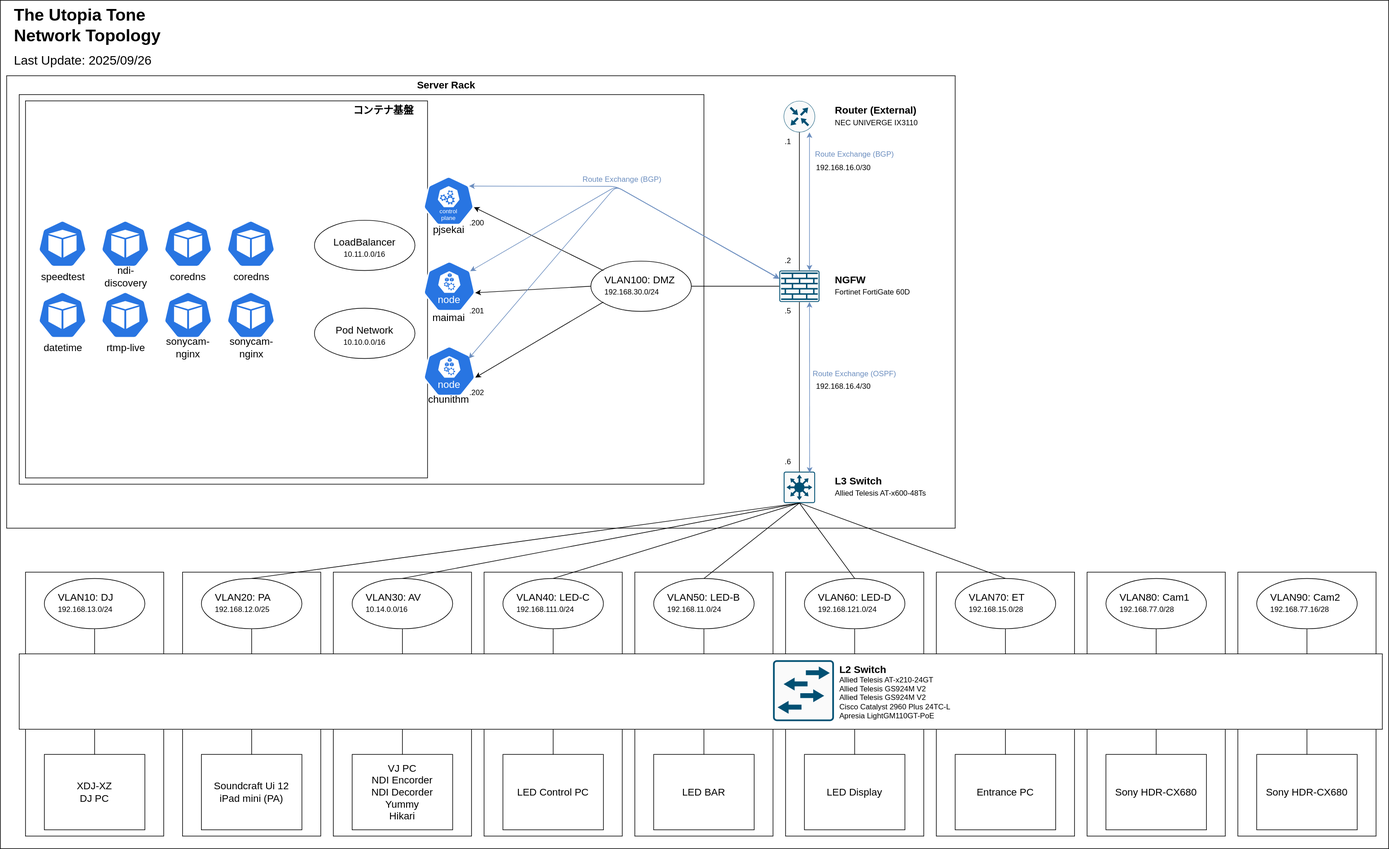
TechnoTUT/Infra keeps this draw.io diagram as network/topology.drawio.svg. Above is the earlier version. Source tidied: cells renumbered, new cells last; positions are measured from the earlier drawing's top-left corner, leaving out a move shared by most shapes.
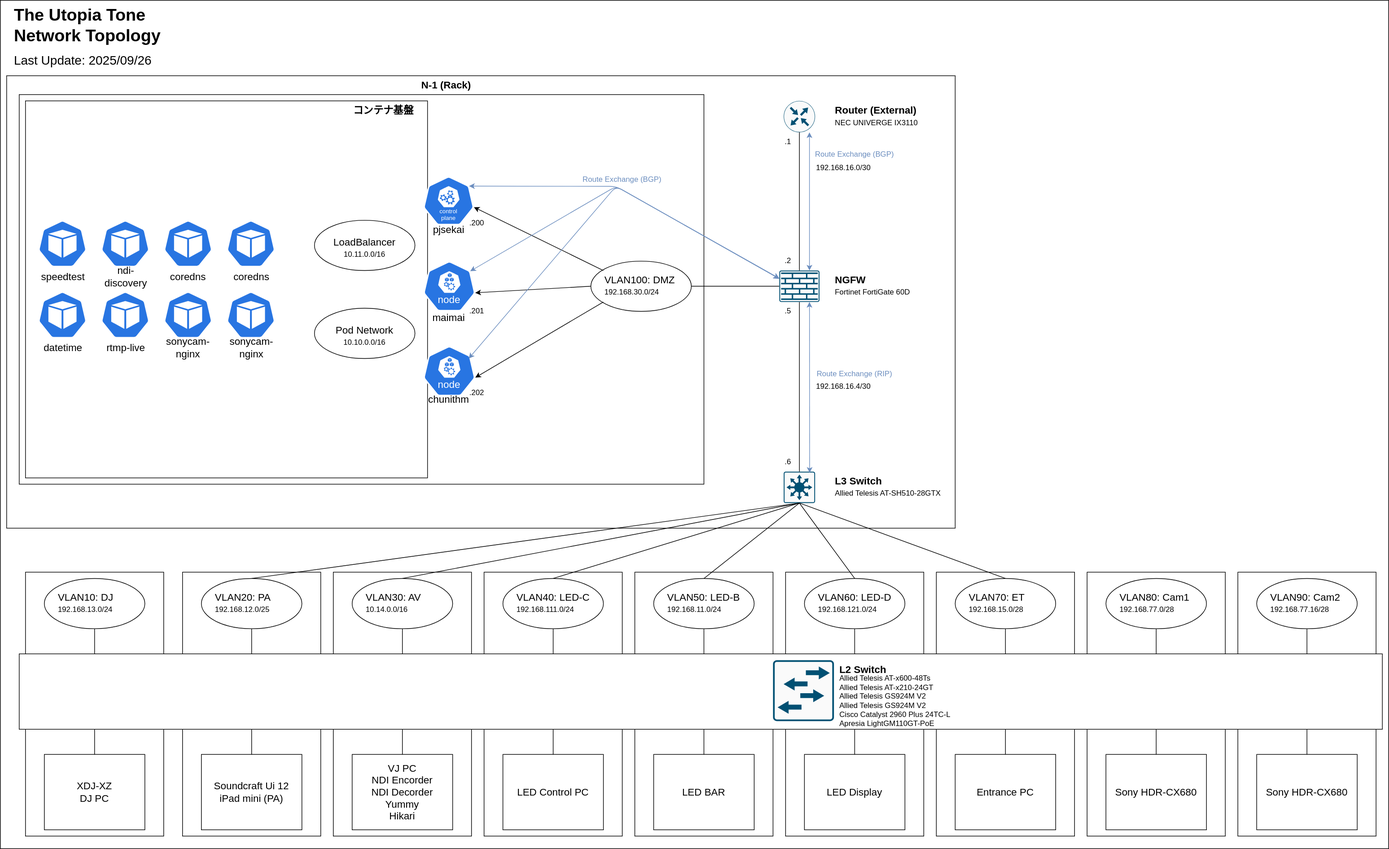
After the commit.

Change to the diagram source:
```diff
@@ -72,10 +72,10 @@
       <mxGeometry width="80" height="30" as="geometry" />
     </mxCell>
     <mxCell id="25" style="group;" parent="1" vertex="1">
-      <mxGeometry x="1327" y="750" width="160" height="50" as="geometry" />
+      <mxGeometry x="1327" y="750" width="180" height="50" as="geometry" />
     </mxCell>
-    <mxCell id="26" value="Allied Telesis AT-x600-48Ts" style="text;html=1;align=left;verticalAlign=middle;whiteSpace=wrap;rounded=0;" parent="25" vertex="1">
-      <mxGeometry y="20" width="160" height="30" as="geometry" />
+    <mxCell id="26" value="Allied Telesis AT-SH510-28GTX" style="text;html=1;align=left;verticalAlign=middle;whiteSpace=wrap;rounded=0;" parent="25" vertex="1">
+      <mxGeometry y="20" width="180" height="30" as="geometry" />
     </mxCell>
     <mxCell id="27" value="L3 Switch" style="text;html=1;align=left;verticalAlign=middle;whiteSpace=wrap;rounded=0;fontSize=16;fontStyle=1;" parent="25" vertex="1">
       <mxGeometry width="80" height="30" as="geometry" />
@@ -203,7 +203,7 @@
     <mxCell id="66" style="edgeStyle=none;html=1;entryX=0.75;entryY=1;entryDx=0;entryDy=0;entryPerimeter=0;strokeColor=#6C8EBF;startArrow=classic;startFill=1;exitX=0.826;exitY=0.037;exitDx=0;exitDy=0;exitPerimeter=0;" parent="1" edge="1" source="13" target="17">
       <mxGeometry relative="1" as="geometry" />
     </mxCell>
-    <mxCell id="67" value="Route Exchange (OSPF)" style="text;html=1;align=center;verticalAlign=middle;whiteSpace=wrap;rounded=0;fontColor=#6C8EBF;" parent="1" vertex="1">
+    <mxCell id="67" value="Route Exchange (RIP)" style="text;html=1;align=center;verticalAlign=middle;whiteSpace=wrap;rounded=0;fontColor=#6C8EBF;" parent="1" vertex="1">
       <mxGeometry x="1290" y="580" width="140" height="30" as="geometry" />
     </mxCell>
     <mxCell id="68" value="192.168.16.0/30" style="text;html=1;align=left;verticalAlign=middle;whiteSpace=wrap;rounded=0;" parent="1" vertex="1">
@@ -362,7 +362,7 @@
     <mxCell id="119" style="edgeStyle=none;html=1;exitX=0.5;exitY=1;exitDx=0;exitDy=0;entryX=0.5;entryY=0;entryDx=0;entryDy=0;endArrow=none;endFill=0;" parent="1" edge="1" source="95" target="114">
       <mxGeometry relative="1" as="geometry" />
     </mxCell>
-    <mxCell id="120" value="Server Rack" style="text;html=1;align=center;verticalAlign=middle;whiteSpace=wrap;rounded=0;fontSize=16;fillColor=none;fontStyle=1;" parent="1" vertex="1">
+    <mxCell id="120" value="N-1 (Rack)" style="text;html=1;align=center;verticalAlign=middle;whiteSpace=wrap;rounded=0;fontSize=16;fillColor=none;fontStyle=1;" parent="1" vertex="1">
       <mxGeometry x="650" y="120" width="120" height="30" as="geometry" />
     </mxCell>
     <mxCell id="121" value="The Utopia Tone&lt;br&gt;Network Topology" style="text;html=1;align=left;verticalAlign=middle;whiteSpace=wrap;rounded=0;fontSize=27;fontStyle=1;" parent="1" vertex="1">
@@ -489,8 +489,8 @@
     <mxCell id="158" style="sketch=0;verticalLabelPosition=bottom;html=1;verticalAlign=top;align=center;shape=mxgraph.cisco19.rect;prIcon=l2_switch;fillColor=#FAFAFA;strokeColor=#005073;" parent="1" vertex="1">
       <mxGeometry x="1230" y="1050" width="97" height="97" as="geometry" />
     </mxCell>
-    <mxCell id="159" value="Allied Telesis AT-x210-24GT&lt;br&gt;Allied Telesis GS924M V2&lt;br&gt;&lt;span style=&quot;color: rgb(0, 0, 0);&quot;&gt;Allied Telesis GS924M V2&lt;br&gt;Cisco Catalyst 2960 Plus 24TC-L&lt;br&gt;Apresia LightGM110GT-PoE&lt;/span&gt;" style="text;html=1;align=left;verticalAlign=middle;whiteSpace=wrap;rounded=0;" parent="1" vertex="1">
-      <mxGeometry x="1333.5" y="1070" width="190" height="80" as="geometry" />
+    <mxCell id="159" value="Allied Telesis AT-x600-48Ts&lt;br&gt;Allied Telesis AT-x210-24GT&lt;br&gt;Allied Telesis GS924M V2&lt;br&gt;&lt;span style=&quot;color: rgb(0, 0, 0);&quot;&gt;Allied Telesis GS924M V2&lt;br&gt;Cisco Catalyst 2960 Plus 24TC-L&lt;br&gt;Apresia LightGM110GT-PoE&lt;/span&gt;" style="text;html=1;align=left;verticalAlign=middle;whiteSpace=wrap;rounded=0;" parent="1" vertex="1">
+      <mxGeometry x="1333.5" y="1070" width="190" height="90" as="geometry" />
     </mxCell>
     <mxCell id="160" value="L2 Switch" style="text;html=1;align=left;verticalAlign=middle;whiteSpace=wrap;rounded=0;fontSize=16;fontStyle=1;" parent="1" vertex="1">
       <mxGeometry x="1333.5" y="1050" width="80" height="30" as="geometry" />
```
